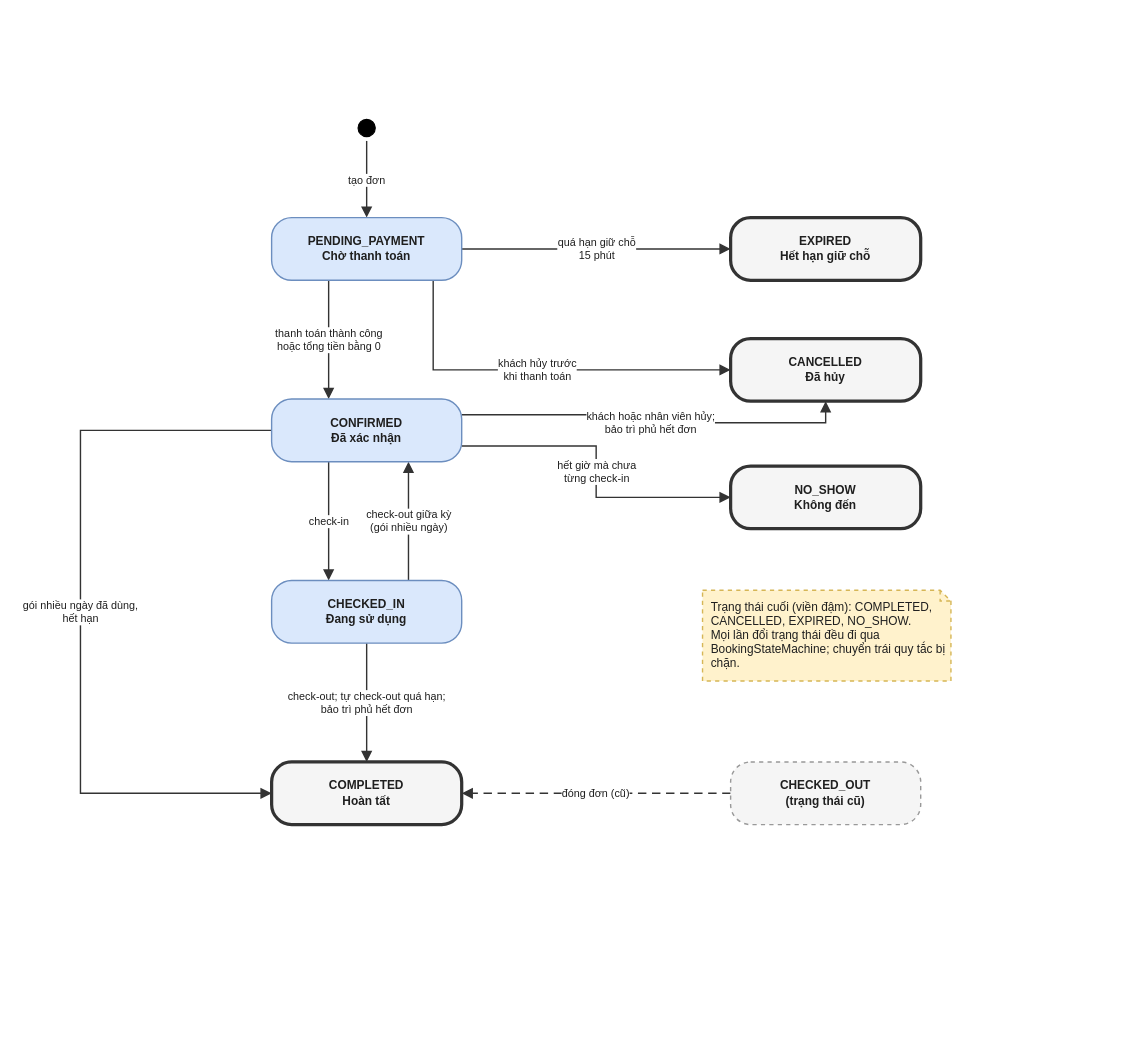
The draw.io diagram page "Trạng thái của đơn đặt chỗ" (1 of 2) of report/Images/Chuong5/cospace-state.drawio in cospace-team/DATN_CoSpace, before the edit. Source tidied: cells renumbered, new cells numbered last; positions are measured from the earlier drawing's top-left corner, leaving out a move shared by most shapes. Both pictures are drawn from the tidied source at 108%, with x=0, y=0 at pixel (80, 114).
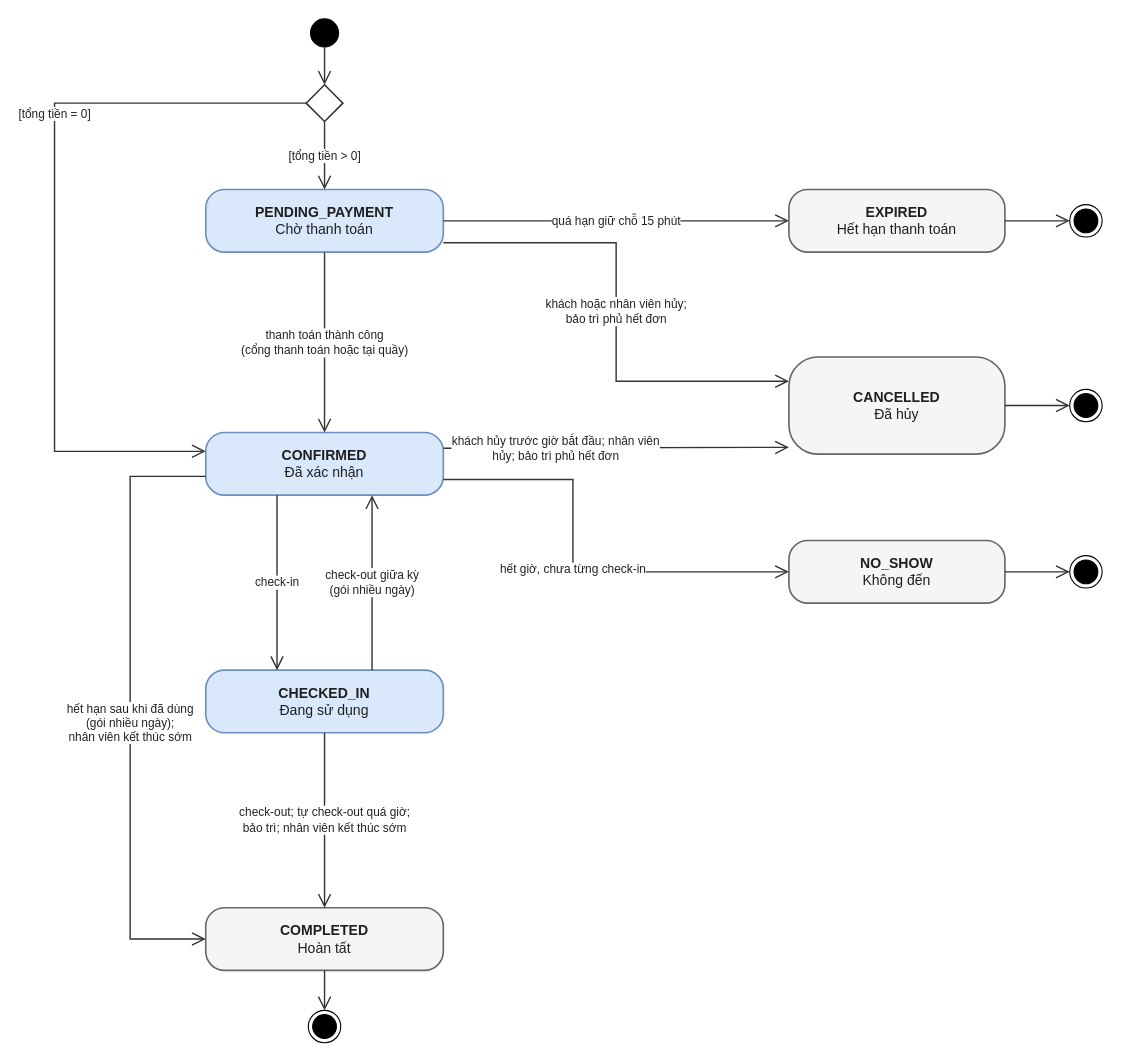
Above is the later version.

The edit, as a diff of the source:
```diff
@@
-    <mxCell id="2" value="tạo đơn" style="edgeStyle=orthogonalEdgeStyle;rounded=0;html=1;jettySize=auto;strokeColor=#333333;strokeWidth=1.3;endArrow=block;endFill=1;endSize=7;fontSize=10;fontColor=#1f1f1f;exitX=0.5;exitY=1.0;exitDx=0;exitDy=0;entryX=0.5;entryY=0.0;entryDx=0;entryDy=0;labelBackgroundColor=#ffffff;" parent="1" edge="1" source="13" target="14">
-      <mxGeometry relative="1" as="geometry" />
-    </mxCell>
-    <mxCell id="3" value="thanh toán thành công&lt;br&gt;hoặc tổng tiền bằng 0" style="edgeStyle=orthogonalEdgeStyle;rounded=0;html=1;jettySize=auto;strokeColor=#333333;strokeWidth=1.3;endArrow=block;endFill=1;endSize=7;fontSize=10;fontColor=#1f1f1f;exitX=0.3;exitY=1.0;exitDx=0;exitDy=0;entryX=0.3;entryY=0.0;entryDx=0;entryDy=0;labelBackgroundColor=#ffffff;" parent="1" edge="1" source="14" target="15">
-      <mxGeometry relative="1" as="geometry" />
-    </mxCell>
-    <mxCell id="4" value="quá hạn giữ chỗ&lt;br&gt;15 phút" style="edgeStyle=orthogonalEdgeStyle;rounded=0;html=1;jettySize=auto;strokeColor=#333333;strokeWidth=1.3;endArrow=block;endFill=1;endSize=7;fontSize=10;fontColor=#1f1f1f;exitX=1.0;exitY=0.5;exitDx=0;exitDy=0;entryX=0.0;entryY=0.5;entryDx=0;entryDy=0;labelBackgroundColor=#ffffff;" parent="1" edge="1" source="14" target="18">
-      <mxGeometry relative="1" as="geometry" />
-    </mxCell>
-    <mxCell id="5" value="khách hủy trước&lt;br&gt;khi thanh toán" style="edgeStyle=orthogonalEdgeStyle;rounded=0;html=1;jettySize=auto;strokeColor=#333333;strokeWidth=1.3;endArrow=block;endFill=1;endSize=7;fontSize=10;fontColor=#1f1f1f;exitX=0.85;exitY=1.0;exitDx=0;exitDy=0;entryX=0.0;entryY=0.5;entryDx=0;entryDy=0;labelBackgroundColor=#ffffff;" parent="1" edge="1" source="14" target="19">
-      <mxGeometry relative="1" as="geometry" />
-    </mxCell>
-    <mxCell id="6" value="check-in" style="edgeStyle=orthogonalEdgeStyle;rounded=0;html=1;jettySize=auto;strokeColor=#333333;strokeWidth=1.3;endArrow=block;endFill=1;endSize=7;fontSize=10;fontColor=#1f1f1f;exitX=0.3;exitY=1.0;exitDx=0;exitDy=0;entryX=0.3;entryY=0.0;entryDx=0;entryDy=0;labelBackgroundColor=#ffffff;" parent="1" edge="1" source="15" target="16">
-      <mxGeometry relative="1" as="geometry" />
-    </mxCell>
-    <mxCell id="7" value="check-out giữa kỳ&lt;br&gt;(gói nhiều ngày)" style="edgeStyle=orthogonalEdgeStyle;rounded=0;html=1;jettySize=auto;strokeColor=#333333;strokeWidth=1.3;endArrow=block;endFill=1;endSize=7;fontSize=10;fontColor=#1f1f1f;exitX=0.72;exitY=0.0;exitDx=0;exitDy=0;entryX=0.72;entryY=1.0;entryDx=0;entryDy=0;labelBackgroundColor=#ffffff;" parent="1" edge="1" source="16" target="15">
-      <mxGeometry relative="1" as="geometry" />
-    </mxCell>
-    <mxCell id="8" value="check-out; tự check-out quá hạn;&lt;br&gt;bảo trì phủ hết đơn" style="edgeStyle=orthogonalEdgeStyle;rounded=0;html=1;jettySize=auto;strokeColor=#333333;strokeWidth=1.3;endArrow=block;endFill=1;endSize=7;fontSize=10;fontColor=#1f1f1f;exitX=0.5;exitY=1.0;exitDx=0;exitDy=0;entryX=0.5;entryY=0.0;entryDx=0;entryDy=0;labelBackgroundColor=#ffffff;" parent="1" edge="1" source="16" target="17">
-      <mxGeometry relative="1" as="geometry" />
-    </mxCell>
-    <mxCell id="9" value="gói nhiều ngày đã dùng,&lt;br&gt;hết hạn" style="edgeStyle=orthogonalEdgeStyle;rounded=0;html=1;jettySize=auto;strokeColor=#333333;strokeWidth=1.3;endArrow=block;endFill=1;endSize=7;fontSize=10;fontColor=#1f1f1f;exitX=0.0;exitY=0.5;exitDx=0;exitDy=0;entryX=0.0;entryY=0.5;entryDx=0;entryDy=0;labelBackgroundColor=#ffffff;" parent="1" edge="1" source="15" target="17">
-      <mxGeometry relative="1" as="geometry">
-        <Array as="points">
-          <mxPoint y="292" />
-          <mxPoint y="628" />
-        </Array>
-      </mxGeometry>
-    </mxCell>
-    <mxCell id="10" value="khách hoặc nhân viên hủy;&lt;br&gt;bảo trì phủ hết đơn" style="edgeStyle=orthogonalEdgeStyle;rounded=0;html=1;jettySize=auto;strokeColor=#333333;strokeWidth=1.3;endArrow=block;endFill=1;endSize=7;fontSize=10;fontColor=#1f1f1f;exitX=1.0;exitY=0.25;exitDx=0;exitDy=0;entryX=0.5;entryY=1.0;entryDx=0;entryDy=0;labelBackgroundColor=#ffffff;" parent="1" edge="1" source="15" target="19">
-      <mxGeometry relative="1" as="geometry" />
-    </mxCell>
-    <mxCell id="11" value="hết giờ mà chưa&lt;br&gt;từng check-in" style="edgeStyle=orthogonalEdgeStyle;rounded=0;html=1;jettySize=auto;strokeColor=#333333;strokeWidth=1.3;endArrow=block;endFill=1;endSize=7;fontSize=10;fontColor=#1f1f1f;exitX=1.0;exitY=0.75;exitDx=0;exitDy=0;entryX=0.0;entryY=0.5;entryDx=0;entryDy=0;labelBackgroundColor=#ffffff;" parent="1" edge="1" source="15" target="20">
-      <mxGeometry relative="1" as="geometry" />
-    </mxCell>
-    <mxCell id="12" value="đóng đơn (cũ)" style="edgeStyle=orthogonalEdgeStyle;rounded=0;html=1;jettySize=auto;strokeColor=#333333;strokeWidth=1.3;endArrow=block;endFill=1;endSize=7;fontSize=10;fontColor=#1f1f1f;exitX=0.0;exitY=0.5;exitDx=0;exitDy=0;entryX=1.0;entryY=0.5;entryDx=0;entryDy=0;dashed=1;dashPattern=6 4;labelBackgroundColor=#ffffff;" parent="1" edge="1" source="21" target="17">
-      <mxGeometry relative="1" as="geometry" />
-    </mxCell>
-    <mxCell id="13" style="ellipse;html=1;shape=startState;fillColor=#000000;strokeColor=#000000;fontSize=11;fontColor=#1f1f1f;" parent="1" vertex="1">
-      <mxGeometry x="253" width="24" height="24" as="geometry" />
-    </mxCell>
+    <mxCell id="23" style="ellipse;html=1;fillColor=#000000;strokeColor=#000000;" parent="1" vertex="1">
+      <mxGeometry x="213" y="-89" width="26" height="26" as="geometry" />
+    </mxCell>
+    <mxCell id="24" style="rhombus;html=1;fillColor=#ffffff;strokeColor=#333333;strokeWidth=1.4;" parent="1" vertex="1">
+      <mxGeometry x="209" y="-28" width="34" height="34" as="geometry" />
+    </mxCell>
-    <mxCell id="14" value="PENDING_PAYMENT&lt;br&gt;Chờ thanh toán" style="rounded=1;whiteSpace=wrap;html=1;arcSize=32;fontStyle=1;fontSize=11;fontColor=#1f1f1f;fillColor=#dae8fc;strokeColor=#6c8ebf;strokeWidth=1.3;fontStyle=1;" parent="1" vertex="1">
-      <mxGeometry x="177" y="95" width="176" height="58" as="geometry" />
+    <mxCell id="14" value="PENDING_PAYMENT&lt;br&gt;&lt;span style=&quot;font-weight:normal&quot;&gt;Chờ thanh toán&lt;/span&gt;" style="rounded=1;arcSize=30;whiteSpace=wrap;html=1;fontSize=13;fontStyle=1;fontColor=#1f1f1f;fillColor=#dae8fc;strokeColor=#6c8ebf;strokeWidth=1.5;" parent="1" vertex="1">
+      <mxGeometry x="116" y="69" width="220" height="58" as="geometry" />
     </mxCell>
-    <mxCell id="15" value="CONFIRMED&lt;br&gt;Đã xác nhận" style="rounded=1;whiteSpace=wrap;html=1;arcSize=32;fontStyle=1;fontSize=11;fontColor=#1f1f1f;fillColor=#dae8fc;strokeColor=#6c8ebf;strokeWidth=1.3;fontStyle=1;" parent="1" vertex="1">
-      <mxGeometry x="177" y="263" width="176" height="58" as="geometry" />
+    <mxCell id="15" value="CONFIRMED&lt;br&gt;&lt;span style=&quot;font-weight:normal&quot;&gt;Đã xác nhận&lt;/span&gt;" style="rounded=1;arcSize=30;whiteSpace=wrap;html=1;fontSize=13;fontStyle=1;fontColor=#1f1f1f;fillColor=#dae8fc;strokeColor=#6c8ebf;strokeWidth=1.5;" parent="1" vertex="1">
+      <mxGeometry x="116" y="294" width="220" height="58" as="geometry" />
     </mxCell>
-    <mxCell id="16" value="CHECKED_IN&lt;br&gt;Đang sử dụng" style="rounded=1;whiteSpace=wrap;html=1;arcSize=32;fontStyle=1;fontSize=11;fontColor=#1f1f1f;fillColor=#dae8fc;strokeColor=#6c8ebf;strokeWidth=1.3;fontStyle=1;" parent="1" vertex="1">
-      <mxGeometry x="177" y="431" width="176" height="58" as="geometry" />
+    <mxCell id="16" value="CHECKED_IN&lt;br&gt;&lt;span style=&quot;font-weight:normal&quot;&gt;Đang sử dụng&lt;/span&gt;" style="rounded=1;arcSize=30;whiteSpace=wrap;html=1;fontSize=13;fontStyle=1;fontColor=#1f1f1f;fillColor=#dae8fc;strokeColor=#6c8ebf;strokeWidth=1.5;" parent="1" vertex="1">
+      <mxGeometry x="116" y="514" width="220" height="58" as="geometry" />
     </mxCell>
-    <mxCell id="17" value="COMPLETED&lt;br&gt;Hoàn tất" style="rounded=1;whiteSpace=wrap;html=1;arcSize=32;fontStyle=1;fontSize=11;fontColor=#1f1f1f;fillColor=#f5f5f5;strokeColor=#333333;strokeWidth=3;fontStyle=1;" parent="1" vertex="1">
-      <mxGeometry x="177" y="599" width="176" height="58" as="geometry" />
+    <mxCell id="17" value="COMPLETED&lt;br&gt;&lt;span style=&quot;font-weight:normal&quot;&gt;Hoàn tất&lt;/span&gt;" style="rounded=1;arcSize=30;whiteSpace=wrap;html=1;fontSize=13;fontStyle=1;fontColor=#1f1f1f;fillColor=#f5f5f5;strokeColor=#666666;strokeWidth=1.5;" parent="1" vertex="1">
+      <mxGeometry x="116" y="734" width="220" height="58" as="geometry" />
     </mxCell>
-    <mxCell id="18" value="EXPIRED&lt;br&gt;Hết hạn giữ chỗ" style="rounded=1;whiteSpace=wrap;html=1;arcSize=32;fontStyle=1;fontSize=11;fontColor=#1f1f1f;fillColor=#f5f5f5;strokeColor=#333333;strokeWidth=3;fontStyle=1;" parent="1" vertex="1">
-      <mxGeometry x="602" y="95" width="176" height="58" as="geometry" />
-    </mxCell>
+    <mxCell id="25" value="EXPIRED&lt;br&gt;&lt;span style=&quot;font-weight:normal&quot;&gt;Hết hạn thanh toán&lt;/span&gt;" style="rounded=1;arcSize=30;whiteSpace=wrap;html=1;fontSize=13;fontStyle=1;fontColor=#1f1f1f;fillColor=#f5f5f5;strokeColor=#666666;strokeWidth=1.5;" parent="1" vertex="1">
+      <mxGeometry x="656" y="69" width="200" height="58" as="geometry" />
+    </mxCell>
-    <mxCell id="19" value="CANCELLED&lt;br&gt;Đã hủy" style="rounded=1;whiteSpace=wrap;html=1;arcSize=32;fontStyle=1;fontSize=11;fontColor=#1f1f1f;fillColor=#f5f5f5;strokeColor=#333333;strokeWidth=3;fontStyle=1;" parent="1" vertex="1">
-      <mxGeometry x="602" y="207" width="176" height="58" as="geometry" />
+    <mxCell id="19" value="CANCELLED&lt;br&gt;&lt;span style=&quot;font-weight:normal&quot;&gt;Đã hủy&lt;/span&gt;" style="rounded=1;arcSize=30;whiteSpace=wrap;html=1;fontSize=13;fontStyle=1;fontColor=#1f1f1f;fillColor=#f5f5f5;strokeColor=#666666;strokeWidth=1.5;" parent="1" vertex="1">
+      <mxGeometry x="656" y="224" width="200" height="90" as="geometry" />
     </mxCell>
-    <mxCell id="20" value="NO_SHOW&lt;br&gt;Không đến" style="rounded=1;whiteSpace=wrap;html=1;arcSize=32;fontStyle=1;fontSize=11;fontColor=#1f1f1f;fillColor=#f5f5f5;strokeColor=#333333;strokeWidth=3;fontStyle=1;" parent="1" vertex="1">
-      <mxGeometry x="602" y="325" width="176" height="58" as="geometry" />
+    <mxCell id="20" value="NO_SHOW&lt;br&gt;&lt;span style=&quot;font-weight:normal&quot;&gt;Không đến&lt;/span&gt;" style="rounded=1;arcSize=30;whiteSpace=wrap;html=1;fontSize=13;fontStyle=1;fontColor=#1f1f1f;fillColor=#f5f5f5;strokeColor=#666666;strokeWidth=1.5;" parent="1" vertex="1">
+      <mxGeometry x="656" y="394" width="200" height="58" as="geometry" />
     </mxCell>
-    <mxCell id="21" value="CHECKED_OUT&lt;br&gt;(trạng thái cũ)" style="rounded=1;whiteSpace=wrap;html=1;arcSize=32;fontStyle=1;fontSize=11;fontColor=#1f1f1f;fillColor=#f5f5f5;strokeColor=#999999;dashed=1;strokeWidth=1.3;fontStyle=1;" parent="1" vertex="1">
-      <mxGeometry x="602" y="599" width="176" height="58" as="geometry" />
-    </mxCell>
-    <mxCell id="22" value="Trạng thái cuối (viền đậm): COMPLETED, CANCELLED, EXPIRED, NO_SHOW.&lt;br&gt;Mọi lần đổi trạng thái đều đi qua BookingStateMachine; chuyển trái quy tắc bị chặn." style="shape=note;size=10;whiteSpace=wrap;html=1;align=left;spacingLeft=6;fontSize=11;fontColor=#1f1f1f;fillColor=#fff2cc;strokeColor=#d6b656;dashed=1;strokeWidth=1.3;" parent="1" vertex="1">
-      <mxGeometry x="576" y="440" width="230" height="84" as="geometry" />
-    </mxCell>
+    <mxCell id="26" style="ellipse;html=1;shape=endState;fillColor=#000000;strokeColor=#000000;" parent="1" vertex="1">
+      <mxGeometry x="916" y="83" width="30" height="30" as="geometry" />
+    </mxCell>
+    <mxCell id="27" style="ellipse;html=1;shape=endState;fillColor=#000000;strokeColor=#000000;" parent="1" vertex="1">
+      <mxGeometry x="916" y="254" width="30" height="30" as="geometry" />
+    </mxCell>
+    <mxCell id="28" style="ellipse;html=1;shape=endState;fillColor=#000000;strokeColor=#000000;" parent="1" vertex="1">
+      <mxGeometry x="916" y="408" width="30" height="30" as="geometry" />
+    </mxCell>
+    <mxCell id="29" style="ellipse;html=1;shape=endState;fillColor=#000000;strokeColor=#000000;" parent="1" vertex="1">
+      <mxGeometry x="211" y="829" width="30" height="30" as="geometry" />
+    </mxCell>
+    <mxCell id="30" style="edgeStyle=orthogonalEdgeStyle;rounded=0;html=1;endArrow=open;endSize=10;strokeColor=#333333;strokeWidth=1.3;fontSize=11;fontColor=#222222;labelBackgroundColor=#ffffff;jumpStyle=arc;jumpSize=10;exitX=0.5;exitY=1;exitDx=0;exitDy=0;entryX=0.5;entryY=0;entryDx=0;entryDy=0;" parent="1" edge="1" source="23" target="24">
+      <mxGeometry relative="1" as="geometry" />
+    </mxCell>
+    <mxCell id="31" value="[tổng tiền &amp;gt; 0]" style="edgeStyle=orthogonalEdgeStyle;rounded=0;html=1;endArrow=open;endSize=10;strokeColor=#333333;strokeWidth=1.3;fontSize=11;fontColor=#222222;labelBackgroundColor=#ffffff;jumpStyle=arc;jumpSize=10;exitX=0.5;exitY=1;exitDx=0;exitDy=0;entryX=0.5;entryY=0;entryDx=0;entryDy=0;" parent="1" edge="1" source="24" target="14">
+      <mxGeometry relative="1" as="geometry" />
+    </mxCell>
+    <mxCell id="32" value="[tổng tiền = 0]" style="edgeStyle=orthogonalEdgeStyle;rounded=0;html=1;endArrow=open;endSize=10;strokeColor=#333333;strokeWidth=1.3;fontSize=11;fontColor=#222222;labelBackgroundColor=#ffffff;jumpStyle=arc;jumpSize=10;exitX=0;exitY=0.5;exitDx=0;exitDy=0;entryX=0;entryY=0.3;entryDx=0;entryDy=0;" parent="1" edge="1" source="24" target="15">
+      <mxGeometry x="-0.3" relative="1" as="geometry">
+        <Array as="points">
+          <mxPoint x="-24" y="-11" />
+          <mxPoint x="-24" y="311" />
+        </Array>
+      </mxGeometry>
+    </mxCell>
+    <mxCell id="3" value="thanh toán thành công&lt;br&gt;(cổng thanh toán hoặc tại quầy)" style="edgeStyle=orthogonalEdgeStyle;rounded=0;html=1;endArrow=open;endSize=10;strokeColor=#333333;strokeWidth=1.3;fontSize=11;fontColor=#222222;labelBackgroundColor=#ffffff;jumpStyle=arc;jumpSize=10;exitX=0.5;exitY=1;exitDx=0;exitDy=0;entryX=0.5;entryY=0;entryDx=0;entryDy=0;" parent="1" edge="1" source="14" target="15">
+      <mxGeometry relative="1" as="geometry" />
+    </mxCell>
+    <mxCell id="4" value="quá hạn giữ chỗ 15 phút" style="edgeStyle=orthogonalEdgeStyle;rounded=0;html=1;endArrow=open;endSize=10;strokeColor=#333333;strokeWidth=1.3;fontSize=11;fontColor=#222222;labelBackgroundColor=#ffffff;jumpStyle=arc;jumpSize=10;exitX=1;exitY=0.5;exitDx=0;exitDy=0;entryX=0;entryY=0.5;entryDx=0;entryDy=0;" parent="1" edge="1" source="14" target="25">
+      <mxGeometry relative="1" as="geometry" />
+    </mxCell>
+    <mxCell id="10" value="khách hoặc nhân viên hủy;&lt;br&gt;bảo trì phủ hết đơn" style="edgeStyle=orthogonalEdgeStyle;rounded=0;html=1;endArrow=open;endSize=10;strokeColor=#333333;strokeWidth=1.3;fontSize=11;fontColor=#222222;labelBackgroundColor=#ffffff;jumpStyle=arc;jumpSize=10;exitX=1;exitY=0.85;exitDx=0;exitDy=0;entryX=0;entryY=0.25;entryDx=0;entryDy=0;" parent="1" edge="1" source="14" target="19">
+      <mxGeometry relative="1" as="geometry">
+        <Array as="points">
+          <mxPoint x="496" y="118" />
+          <mxPoint x="496" y="246" />
+        </Array>
+      </mxGeometry>
+    </mxCell>
+    <mxCell id="33" value="khách hủy trước giờ bắt đầu; nhân viên&lt;br&gt;hủy; bảo trì phủ hết đơn" style="edgeStyle=orthogonalEdgeStyle;rounded=0;html=1;endArrow=open;endSize=10;strokeColor=#333333;strokeWidth=1.3;fontSize=11;fontColor=#222222;labelBackgroundColor=#ffffff;jumpStyle=arc;jumpSize=10;exitX=1;exitY=0.25;exitDx=0;exitDy=0;entryX=0;entryY=0.93;entryDx=0;entryDy=0;" parent="1" edge="1" source="15" target="19">
+      <mxGeometry x="-0.35" relative="1" as="geometry" />
+    </mxCell>
+    <mxCell id="11" value="hết giờ, chưa từng check-in" style="edgeStyle=orthogonalEdgeStyle;rounded=0;html=1;endArrow=open;endSize=10;strokeColor=#333333;strokeWidth=1.3;fontSize=11;fontColor=#222222;labelBackgroundColor=#ffffff;jumpStyle=arc;jumpSize=10;exitX=1;exitY=0.75;exitDx=0;exitDy=0;entryX=0;entryY=0.5;entryDx=0;entryDy=0;" parent="1" edge="1" source="15" target="20">
+      <mxGeometry relative="1" as="geometry">
+        <Array as="points">
+          <mxPoint x="456" y="337" />
+          <mxPoint x="456" y="423" />
+        </Array>
+      </mxGeometry>
+    </mxCell>
+    <mxCell id="6" value="check-in" style="edgeStyle=orthogonalEdgeStyle;rounded=0;html=1;endArrow=open;endSize=10;strokeColor=#333333;strokeWidth=1.3;fontSize=11;fontColor=#222222;labelBackgroundColor=#ffffff;jumpStyle=arc;jumpSize=10;exitX=0.3;exitY=1;exitDx=0;exitDy=0;entryX=0.3;entryY=0;entryDx=0;entryDy=0;" parent="1" edge="1" source="15" target="16">
+      <mxGeometry relative="1" as="geometry" />
+    </mxCell>
+    <mxCell id="7" value="check-out giữa kỳ&lt;br&gt;(gói nhiều ngày)" style="edgeStyle=orthogonalEdgeStyle;rounded=0;html=1;endArrow=open;endSize=10;strokeColor=#333333;strokeWidth=1.3;fontSize=11;fontColor=#222222;labelBackgroundColor=#ffffff;jumpStyle=arc;jumpSize=10;exitX=0.7;exitY=0;exitDx=0;exitDy=0;entryX=0.7;entryY=1;entryDx=0;entryDy=0;" parent="1" edge="1" source="16" target="15">
+      <mxGeometry relative="1" as="geometry" />
+    </mxCell>
+    <mxCell id="9" value="hết hạn sau khi đã dùng&lt;br&gt;(gói nhiều ngày);&lt;br&gt;nhân viên kết thúc sớm" style="edgeStyle=orthogonalEdgeStyle;rounded=0;html=1;endArrow=open;endSize=10;strokeColor=#333333;strokeWidth=1.3;fontSize=11;fontColor=#222222;labelBackgroundColor=#ffffff;jumpStyle=arc;jumpSize=10;exitX=0;exitY=0.7;exitDx=0;exitDy=0;entryX=0;entryY=0.5;entryDx=0;entryDy=0;" parent="1" edge="1" source="15" target="17">
+      <mxGeometry x="0.05" relative="1" as="geometry">
+        <Array as="points">
+          <mxPoint x="46" y="334" />
+          <mxPoint x="46" y="763" />
+        </Array>
+      </mxGeometry>
+    </mxCell>
+    <mxCell id="8" value="check-out; tự check-out quá giờ;&lt;br&gt;bảo trì; nhân viên kết thúc sớm" style="edgeStyle=orthogonalEdgeStyle;rounded=0;html=1;endArrow=open;endSize=10;strokeColor=#333333;strokeWidth=1.3;fontSize=11;fontColor=#222222;labelBackgroundColor=#ffffff;jumpStyle=arc;jumpSize=10;exitX=0.5;exitY=1;exitDx=0;exitDy=0;entryX=0.5;entryY=0;entryDx=0;entryDy=0;" parent="1" edge="1" source="16" target="17">
+      <mxGeometry relative="1" as="geometry" />
+    </mxCell>
+    <mxCell id="34" style="edgeStyle=orthogonalEdgeStyle;rounded=0;html=1;endArrow=open;endSize=10;strokeColor=#333333;strokeWidth=1.3;fontSize=11;fontColor=#222222;labelBackgroundColor=#ffffff;jumpStyle=arc;jumpSize=10;exitX=1;exitY=0.5;exitDx=0;exitDy=0;entryX=0;entryY=0.5;entryDx=0;entryDy=0;" parent="1" edge="1" source="25" target="26">
+      <mxGeometry relative="1" as="geometry" />
+    </mxCell>
+    <mxCell id="35" style="edgeStyle=orthogonalEdgeStyle;rounded=0;html=1;endArrow=open;endSize=10;strokeColor=#333333;strokeWidth=1.3;fontSize=11;fontColor=#222222;labelBackgroundColor=#ffffff;jumpStyle=arc;jumpSize=10;exitX=1;exitY=0.5;exitDx=0;exitDy=0;entryX=0;entryY=0.5;entryDx=0;entryDy=0;" parent="1" edge="1" source="19" target="27">
+      <mxGeometry relative="1" as="geometry" />
+    </mxCell>
+    <mxCell id="36" style="edgeStyle=orthogonalEdgeStyle;rounded=0;html=1;endArrow=open;endSize=10;strokeColor=#333333;strokeWidth=1.3;fontSize=11;fontColor=#222222;labelBackgroundColor=#ffffff;jumpStyle=arc;jumpSize=10;exitX=1;exitY=0.5;exitDx=0;exitDy=0;entryX=0;entryY=0.5;entryDx=0;entryDy=0;" parent="1" edge="1" source="20" target="28">
+      <mxGeometry relative="1" as="geometry" />
+    </mxCell>
+    <mxCell id="37" style="edgeStyle=orthogonalEdgeStyle;rounded=0;html=1;endArrow=open;endSize=10;strokeColor=#333333;strokeWidth=1.3;fontSize=11;fontColor=#222222;labelBackgroundColor=#ffffff;jumpStyle=arc;jumpSize=10;exitX=0.5;exitY=1;exitDx=0;exitDy=0;entryX=0.5;entryY=0;entryDx=0;entryDy=0;" parent="1" edge="1" source="17" target="29">
+      <mxGeometry relative="1" as="geometry" />
+    </mxCell>
```
